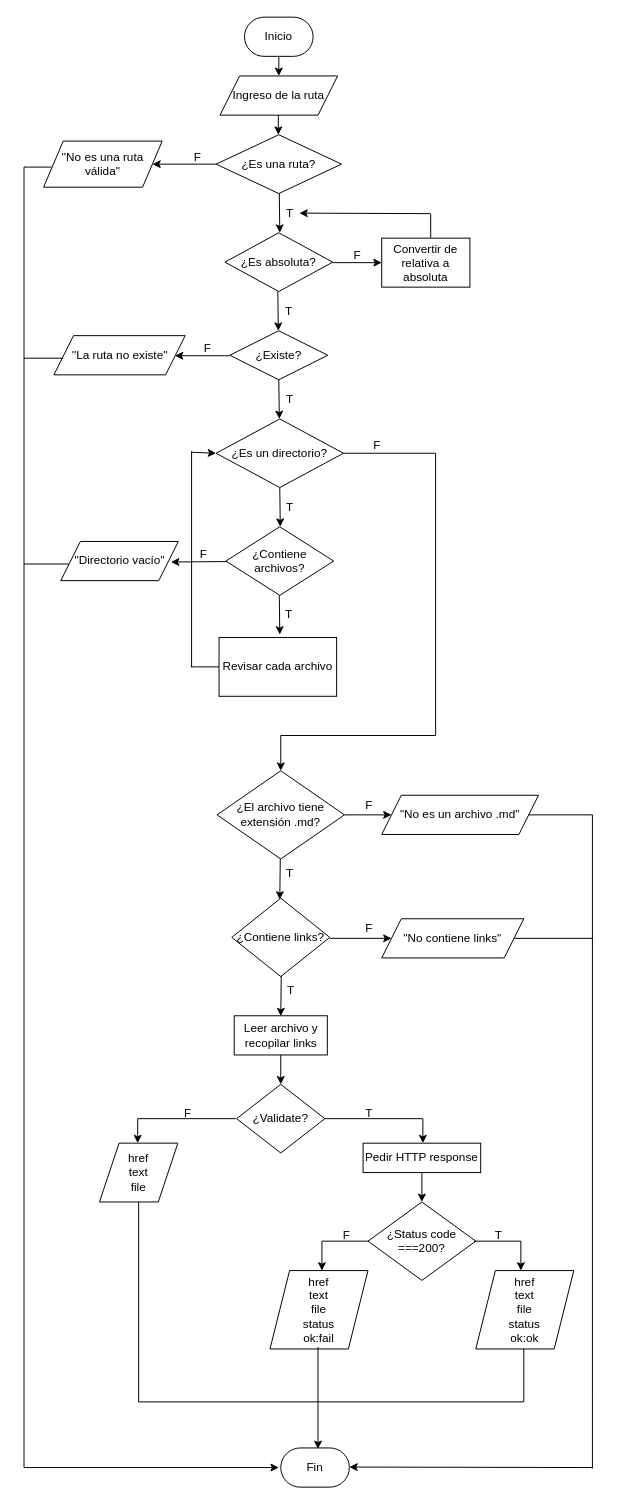
The draw.io diagram diagramas/diagramaAPI.drawio in G9D4/LIM016-md-links, before the edit. Source tidied: cells renumbered, new cells numbered last; positions are measured from the earlier drawing's top-left corner, leaving out a move shared by most shapes. Both pictures are drawn from the tidied source at 98%, with x=0, y=0 at pixel (24, 17).
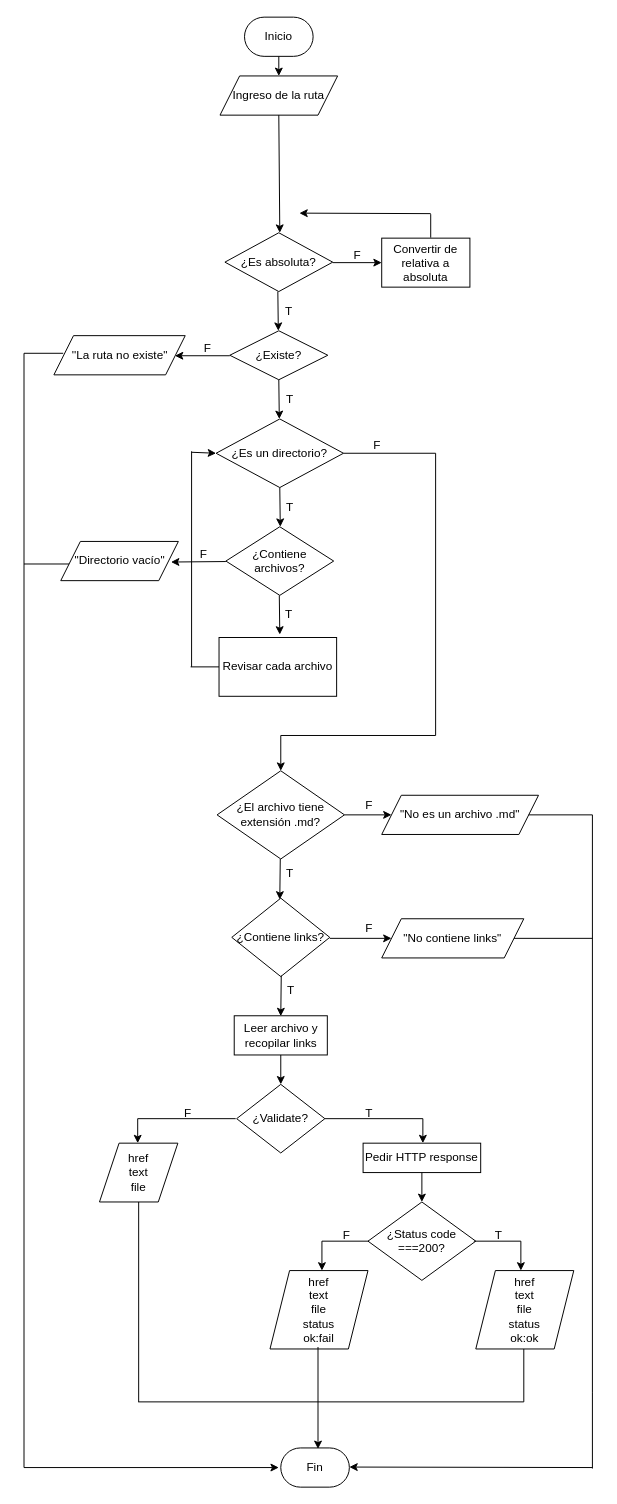
The same page after the edit.

Commit message (it also covers changes not shown here):
agrega funcion conversion ruta absoluta

The change refers to these unchanged cells:
```xml
<mxCell id="2" style="group;" parent="1" vertex="1">
  <mxGeometry width="580" height="1500" as="geometry" />
</mxCell>
<mxCell id="4" value="Ingreso de la ruta" style="shape=parallelogram;perimeter=parallelogramPerimeter;whiteSpace=wrap;html=1;fixedSize=1;" parent="2" vertex="1">
  <mxGeometry x="200" y="60" width="120" height="40" as="geometry" />
</mxCell>
```

What changed in the source:
```diff
@@
-    <mxCell id="6" style="endArrow=classic;html=1;rounded=0;entryX=0.5;entryY=0;entryDx=0;entryDy=0;" parent="2" edge="1">
-      <mxGeometry relative="1" as="geometry">
-        <mxPoint x="259.5" y="100" as="sourcePoint" />
-        <mxPoint x="259.5" y="120" as="targetPoint" />
-      </mxGeometry>
-    </mxCell>
-    <mxCell id="7" style="endArrow=classic;html=1;rounded=0;entryX=0.5;entryY=0;entryDx=0;entryDy=0;" parent="2" edge="1">
+    <mxCell id="7" style="endArrow=classic;html=1;rounded=0;entryX=0.5;entryY=0;entryDx=0;entryDy=0;exitX=0.5;exitY=1;exitDx=0;exitDy=0;" parent="2" edge="1" source="4">
       <mxGeometry relative="1" as="geometry">
-        <mxPoint x="260.5" y="180" as="sourcePoint" />
         <mxPoint x="261" y="220" as="targetPoint" />
       </mxGeometry>
     </mxCell>
-    <mxCell id="8" value="T" style="text;html=1;align=center;verticalAlign=middle;strokeColor=none;fillColor=none;" parent="2" vertex="1">
-      <mxGeometry x="261" y="190" width="20" height="20" as="geometry" />
-    </mxCell>
@@
-    <mxCell id="20" value="&lt;span&gt;¿Es una ruta?&lt;/span&gt;" style="rhombus;whiteSpace=wrap;html=1;" parent="2" vertex="1">
-      <mxGeometry x="196" y="120" width="128" height="60" as="geometry" />
-    </mxCell>
@@
-    <mxCell id="55" style="endArrow=classic;html=1;rounded=0;entryX=1;entryY=0.5;entryDx=0;entryDy=0;" parent="2" edge="1">
-      <mxGeometry relative="1" as="geometry">
-        <mxPoint x="196" y="150" as="sourcePoint" />
-        <mxPoint x="131" y="150" as="targetPoint" />
-      </mxGeometry>
-    </mxCell>
@@
-    <mxCell id="60" value="F" style="text;html=1;align=center;verticalAlign=middle;strokeColor=none;fillColor=none;" parent="2" vertex="1">
-      <mxGeometry x="166.5" y="133" width="20" height="20" as="geometry" />
-    </mxCell>
-    <mxCell id="61" value="&lt;span&gt;''No es una ruta válida&quot;&lt;/span&gt;" style="shape=parallelogram;perimeter=parallelogramPerimeter;whiteSpace=wrap;html=1;fixedSize=1;" parent="2" vertex="1">
-      <mxGeometry x="20" y="126.5" width="121" height="47" as="geometry" />
-    </mxCell>
@@
     <mxCell id="65" style="endArrow=none;html=1;rounded=0;" parent="2" edge="1">
       <mxGeometry relative="1" as="geometry">
-        <mxPoint y="348" as="sourcePoint" />
-        <mxPoint x="40" y="348" as="targetPoint" />
+        <mxPoint y="343" as="sourcePoint" />
+        <mxPoint x="40" y="343" as="targetPoint" />
       </mxGeometry>
     </mxCell>
-    <mxCell id="66" style="endArrow=none;html=1;rounded=0;" parent="2" edge="1">
-      <mxGeometry relative="1" as="geometry">
-        <mxPoint y="153" as="sourcePoint" />
-        <mxPoint x="28" y="153" as="targetPoint" />
-      </mxGeometry>
-    </mxCell>
     <mxCell id="67" style="endArrow=none;html=1;rounded=0;" parent="2" edge="1">
       <mxGeometry relative="1" as="geometry">
         <mxPoint y="1480" as="sourcePoint" />
-        <mxPoint y="153" as="targetPoint" />
+        <mxPoint y="343" as="targetPoint" />
       </mxGeometry>
     </mxCell>
```
